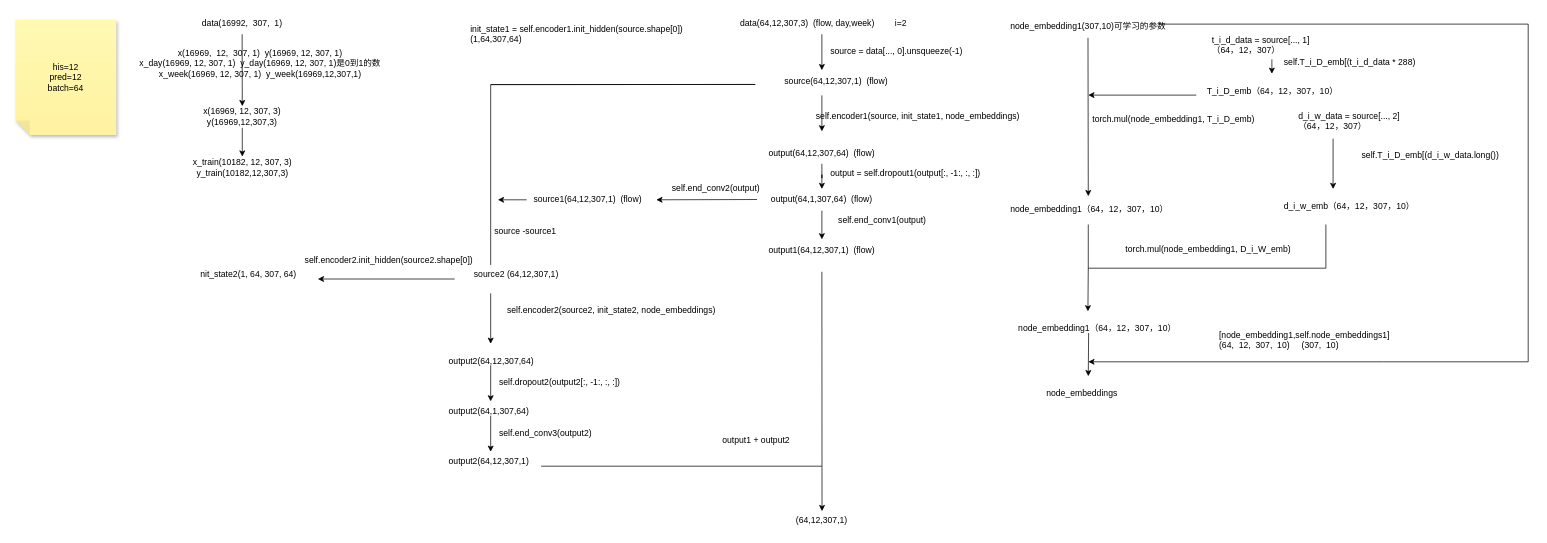
Before: 1区2023_DDGCRN/DDGCRN.drawio in turmony/ModelInfo, a draw.io diagram. Source tidied: cells renumbered, new cells numbered last; positions are measured from the earlier drawing's top-left corner, leaving out a move shared by most shapes. Both pictures are drawn from the tidied source at 72%, with x=0, y=0 at pixel (15, 12).
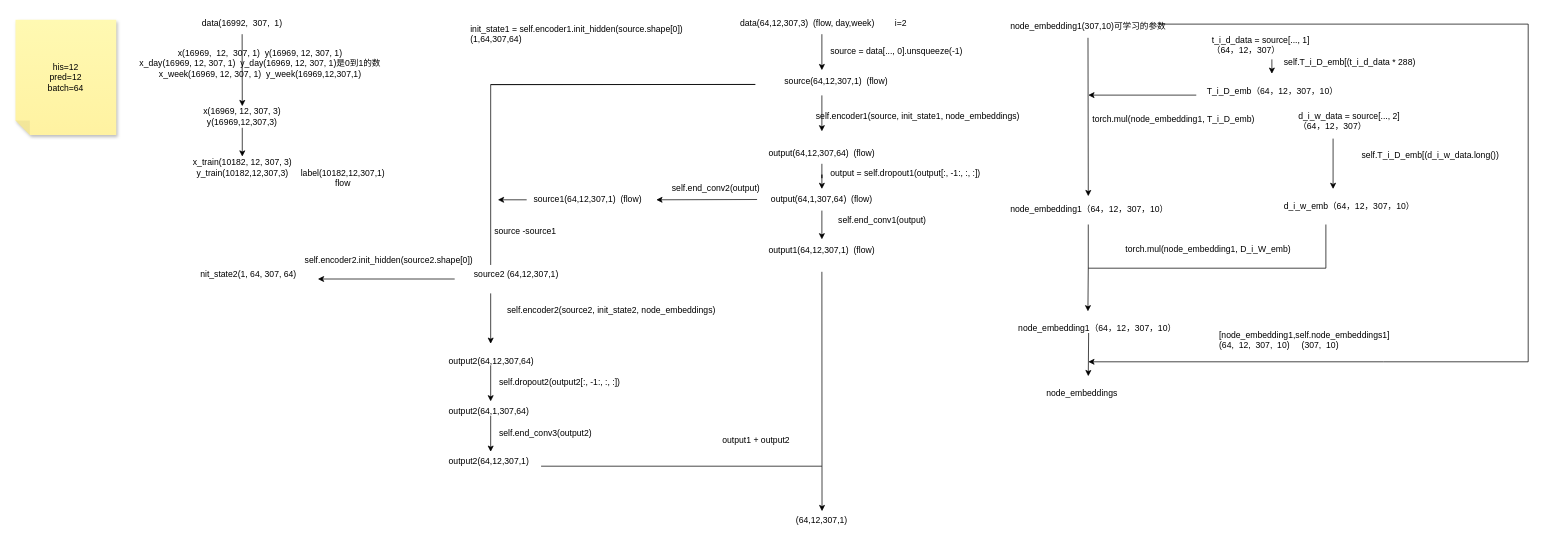
The same page after the edit.

Diff of the diagram source:
```diff
@@
+    <mxCell id="70" value="label(10182,12,307,1)&lt;div&gt;flow&lt;/div&gt;" style="text;strokeColor=none;align=center;fillColor=none;html=1;verticalAlign=middle;whiteSpace=wrap;rounded=0;" parent="1" vertex="1">
+      <mxGeometry x="375" y="215" width="160" height="30" as="geometry" />
+    </mxCell>
```
